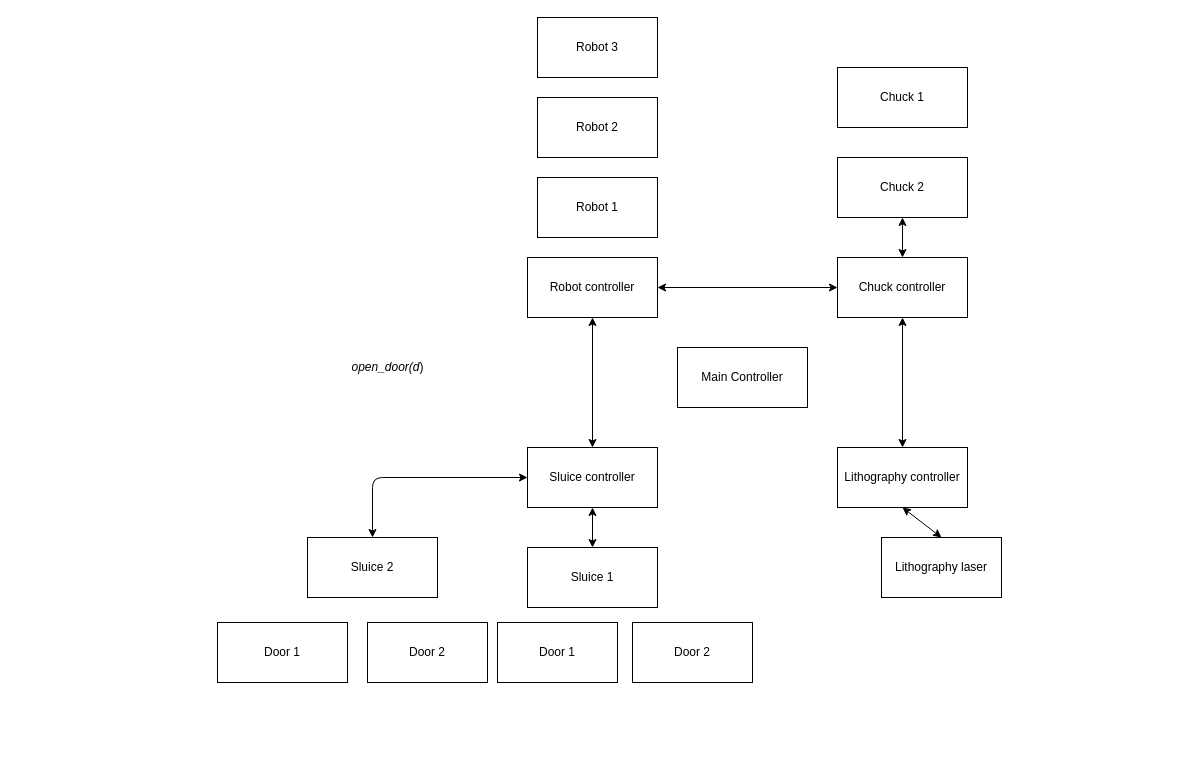
The draw.io diagram Untitled Diagram.drawio in jimvermunt/jimvermunt, before the edit. Source tidied: cells renumbered, new cells numbered last; positions are measured from the earlier drawing's top-left corner, leaving out a move shared by most shapes. Both pictures are drawn from the tidied source at 100%, with x=0, y=0 at pixel (217, 17).
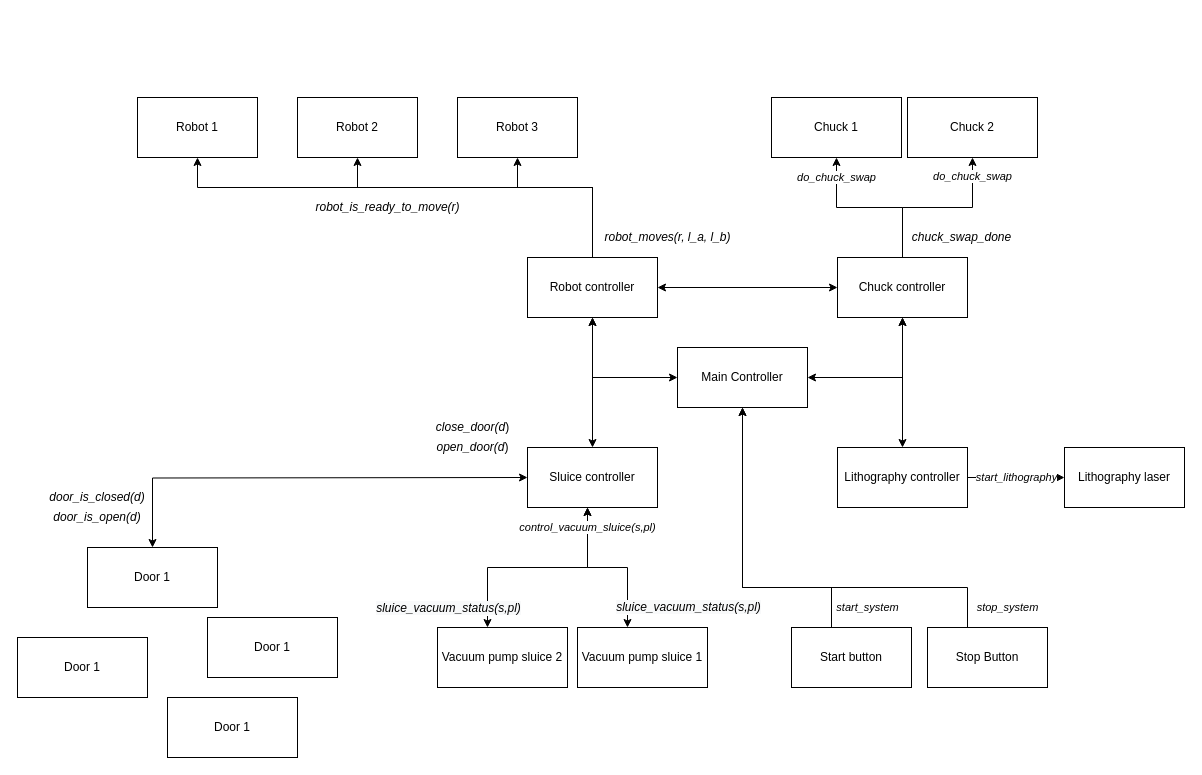
Above is the later version.

The change refers to these unchanged cells:
```xml
<mxCell id="2" value="Robot controller" style="rounded=0;whiteSpace=wrap;html=1;" parent="1" vertex="1">
  <mxGeometry x="310" y="240" width="130" height="60" as="geometry" />
</mxCell>
<mxCell id="3" value="Chuck controller" style="rounded=0;whiteSpace=wrap;html=1;" parent="1" vertex="1">
  <mxGeometry x="620" y="240" width="130" height="60" as="geometry" />
</mxCell>
<mxCell id="4" value="&lt;div&gt;Sluice controller&lt;/div&gt;" style="rounded=0;whiteSpace=wrap;html=1;" parent="1" vertex="1">
  <mxGeometry x="310" y="430" width="130" height="60" as="geometry" />
</mxCell>
<mxCell id="5" value="Lithography controller" style="rounded=0;whiteSpace=wrap;html=1;" parent="1" vertex="1">
  <mxGeometry x="620" y="430" width="130" height="60" as="geometry" />
</mxCell>
<mxCell id="26" value="Main Controller" style="rounded=0;whiteSpace=wrap;html=1;" parent="1" vertex="1">
  <mxGeometry x="460" y="330" width="130" height="60" as="geometry" />
</mxCell>
```

Change to the diagram source:
```diff
@@
+    <mxCell id="27" style="edgeStyle=orthogonalEdgeStyle;rounded=0;jettySize=auto;html=1;entryX=0.5;entryY=1;entryDx=0;entryDy=0;startArrow=none;startFill=0;" parent="1" edge="1" source="2" target="8">
+      <mxGeometry relative="1" as="geometry">
+        <Array as="points">
+          <mxPoint x="375" y="170" />
+          <mxPoint x="300" y="170" />
+        </Array>
+      </mxGeometry>
+    </mxCell>
+    <mxCell id="28" style="edgeStyle=orthogonalEdgeStyle;rounded=0;jettySize=auto;html=1;entryX=0.5;entryY=1;entryDx=0;entryDy=0;startArrow=none;startFill=0;" parent="1" edge="1" source="2" target="7">
+      <mxGeometry relative="1" as="geometry">
+        <Array as="points">
+          <mxPoint x="375" y="170" />
+          <mxPoint x="140" y="170" />
+        </Array>
+      </mxGeometry>
+    </mxCell>
+    <mxCell id="29" style="edgeStyle=orthogonalEdgeStyle;rounded=0;jettySize=auto;html=1;entryX=0.5;entryY=1;entryDx=0;entryDy=0;startArrow=none;startFill=0;" parent="1" edge="1" source="2" target="6">
+      <mxGeometry relative="1" as="geometry">
+        <Array as="points">
+          <mxPoint x="375" y="170" />
+          <mxPoint x="-20" y="170" />
+        </Array>
+      </mxGeometry>
+    </mxCell>
@@
+    <mxCell id="30" value="&lt;i&gt;do_chuck_swap&lt;/i&gt;" style="edgeStyle=orthogonalEdgeStyle;rounded=0;jettySize=auto;html=1;startArrow=none;startFill=0;" parent="1" edge="1" source="3" target="10">
+      <mxGeometry x="0.76" relative="1" as="geometry">
+        <mxPoint y="-1" as="offset" />
+      </mxGeometry>
+    </mxCell>
+    <mxCell id="31" value="&lt;i&gt;do_chuck_swap&lt;/i&gt;" style="edgeStyle=orthogonalEdgeStyle;rounded=0;jettySize=auto;html=1;entryX=0.5;entryY=1;entryDx=0;entryDy=0;startArrow=none;startFill=0;" parent="1" edge="1" source="3" target="9">
+      <mxGeometry x="0.76" relative="1" as="geometry" />
+    </mxCell>
@@
+    <mxCell id="32" value="&lt;i&gt;start_lithography&lt;/i&gt;" style="edgeStyle=orthogonalEdgeStyle;rounded=0;jettySize=auto;html=1;startArrow=none;startFill=0;" parent="1" edge="1" source="5" target="11">
+      <mxGeometry relative="1" as="geometry" />
+    </mxCell>
@@
     <mxCell id="6" value="Robot 1" style="rounded=0;whiteSpace=wrap;html=1;" parent="1" vertex="1">
-      <mxGeometry x="320" y="160" width="120" height="60" as="geometry" />
+      <mxGeometry x="-80" y="80" width="120" height="60" as="geometry" />
     </mxCell>
     <mxCell id="7" value="Robot 2" style="rounded=0;whiteSpace=wrap;html=1;" parent="1" vertex="1">
-      <mxGeometry x="320" y="80" width="120" height="60" as="geometry" />
+      <mxGeometry x="80" y="80" width="120" height="60" as="geometry" />
     </mxCell>
     <mxCell id="8" value="Robot 3" style="rounded=0;whiteSpace=wrap;html=1;" parent="1" vertex="1">
-      <mxGeometry x="320" width="120" height="60" as="geometry" />
+      <mxGeometry x="240" y="80" width="120" height="60" as="geometry" />
     </mxCell>
     <mxCell id="9" value="Chuck 1" style="rounded=0;whiteSpace=wrap;html=1;" parent="1" vertex="1">
-      <mxGeometry x="620" y="50" width="130" height="60" as="geometry" />
+      <mxGeometry x="554" y="80" width="130" height="60" as="geometry" />
     </mxCell>
     <mxCell id="10" value="&lt;div&gt;Chuck 2&lt;/div&gt;" style="rounded=0;whiteSpace=wrap;html=1;" parent="1" vertex="1">
-      <mxGeometry x="620" y="140" width="130" height="60" as="geometry" />
+      <mxGeometry x="690" y="80" width="130" height="60" as="geometry" />
     </mxCell>
     <mxCell id="11" value="Lithography laser" style="rounded=0;whiteSpace=wrap;html=1;" parent="1" vertex="1">
-      <mxGeometry x="664" y="520" width="120" height="60" as="geometry" />
+      <mxGeometry x="847" y="430" width="120" height="60" as="geometry" />
     </mxCell>
+    <mxCell id="33" style="edgeStyle=orthogonalEdgeStyle;rounded=0;jettySize=auto;html=1;entryX=0.5;entryY=0;entryDx=0;entryDy=0;startArrow=classic;startFill=1;" parent="1" edge="1" target="16">
+      <mxGeometry relative="1" as="geometry">
+        <mxPoint x="310" y="460" as="sourcePoint" />
+      </mxGeometry>
+    </mxCell>
+    <mxCell id="34" style="edgeStyle=orthogonalEdgeStyle;rounded=0;jettySize=auto;html=1;startArrow=classic;startFill=1;" parent="1" edge="1" source="12">
+      <mxGeometry relative="1" as="geometry">
+        <mxPoint x="370" y="490" as="targetPoint" />
+        <Array as="points">
+          <mxPoint x="270" y="550" />
+          <mxPoint x="370" y="550" />
+        </Array>
+      </mxGeometry>
+    </mxCell>
+    <mxCell id="35" value="&lt;i style=&quot;font-size: 12px ; font-family: &amp;#34;helvetica&amp;#34; ; background-color: rgb(248 , 249 , 250)&quot;&gt;sluice_vacuum_status(s,pl)&lt;/i&gt;" style="edgeLabel;html=1;align=center;verticalAlign=middle;" parent="34" vertex="1">
+      <mxGeometry x="-0.57" y="-5" relative="1" as="geometry">
+        <mxPoint x="-45" y="27" as="offset" />
+      </mxGeometry>
+    </mxCell>
-    <mxCell id="12" value="Sluice 2" style="rounded=0;whiteSpace=wrap;html=1;" parent="1" vertex="1">
-      <mxGeometry x="90" y="520" width="130" height="60" as="geometry" />
+    <mxCell id="12" value="Vacuum pump sluice 2" style="rounded=0;whiteSpace=wrap;html=1;" parent="1" vertex="1">
+      <mxGeometry x="220" y="610" width="130" height="60" as="geometry" />
     </mxCell>
+    <mxCell id="36" value="&lt;i&gt;control_vacuum_sluice(s,pl)&lt;/i&gt;" style="edgeStyle=orthogonalEdgeStyle;rounded=0;jettySize=auto;html=1;startArrow=classic;startFill=1;" parent="1" edge="1" source="13">
+      <mxGeometry x="0.75" relative="1" as="geometry">
+        <mxPoint x="370" y="490" as="targetPoint" />
+        <Array as="points">
+          <mxPoint x="410" y="550" />
+          <mxPoint x="370" y="550" />
+        </Array>
+      </mxGeometry>
+    </mxCell>
+    <mxCell id="37" value="&lt;i style=&quot;font-size: 12px ; background-color: rgb(248 , 249 , 250)&quot;&gt;sluice_vacuum_status(s,pl)&lt;/i&gt;" style="edgeLabel;html=1;align=center;verticalAlign=middle;" parent="36" vertex="1">
+      <mxGeometry x="-0.3" y="-2" relative="1" as="geometry">
+        <mxPoint x="58" y="35" as="offset" />
+      </mxGeometry>
+    </mxCell>
-    <mxCell id="13" value="Sluice 1" style="rounded=0;whiteSpace=wrap;html=1;" parent="1" vertex="1">
-      <mxGeometry x="310" y="530" width="130" height="60" as="geometry" />
+    <mxCell id="13" value="Vacuum pump sluice 1" style="rounded=0;whiteSpace=wrap;html=1;" parent="1" vertex="1">
+      <mxGeometry x="360" y="610" width="130" height="60" as="geometry" />
     </mxCell>
-    <mxCell id="14" value="Door 1" style="rounded=0;whiteSpace=wrap;html=1;" parent="1" vertex="1">
-      <mxGeometry x="280" y="605" width="120" height="60" as="geometry" />
-    </mxCell>
-    <mxCell id="15" value="Door 2" style="rounded=0;whiteSpace=wrap;html=1;" parent="1" vertex="1">
-      <mxGeometry x="415" y="605" width="120" height="60" as="geometry" />
-    </mxCell>
     <mxCell id="16" value="Door 1" style="rounded=0;whiteSpace=wrap;html=1;" parent="1" vertex="1">
-      <mxGeometry y="605" width="130" height="60" as="geometry" />
+      <mxGeometry x="-130" y="530" width="130" height="60" as="geometry" />
     </mxCell>
-    <mxCell id="17" value="Door 2" style="rounded=0;whiteSpace=wrap;html=1;" parent="1" vertex="1">
-      <mxGeometry x="150" y="605" width="120" height="60" as="geometry" />
-    </mxCell>
-    <mxCell id="18" style="endArrow=classic;startArrow=classic;html=1;exitX=0.5;exitY=0;exitDx=0;exitDy=0;entryX=0;entryY=0.5;entryDx=0;entryDy=0;" parent="1" edge="1" source="12" target="4">
-      <mxGeometry relative="1" as="geometry">
-        <Array as="points">
-          <mxPoint x="155" y="460" />
-        </Array>
-      </mxGeometry>
-    </mxCell>
-    <mxCell id="19" style="endArrow=classic;startArrow=classic;html=1;exitX=0.5;exitY=0;exitDx=0;exitDy=0;entryX=0.5;entryY=1;entryDx=0;entryDy=0;" parent="1" edge="1" source="13" target="4">
-      <mxGeometry relative="1" as="geometry" />
-    </mxCell>
     <mxCell id="20" value="&lt;i&gt;open_door(d&lt;/i&gt;)" style="text;html=1;align=center;verticalAlign=middle;strokeColor=none;fillColor=none;" parent="1" vertex="1">
-      <mxGeometry x="125" y="340" width="90" height="20" as="geometry" />
+      <mxGeometry x="210" y="420" width="90" height="20" as="geometry" />
     </mxCell>
-    <mxCell id="21" style="endArrow=classic;startArrow=classic;html=1;entryX=0.5;entryY=1;entryDx=0;entryDy=0;exitX=0.5;exitY=0;exitDx=0;exitDy=0;" parent="1" edge="1" source="11" target="5">
-      <mxGeometry relative="1" as="geometry" />
-    </mxCell>
-    <mxCell id="22" style="endArrow=classic;startArrow=classic;html=1;entryX=0.5;entryY=0;entryDx=0;entryDy=0;exitX=0.5;exitY=1;exitDx=0;exitDy=0;" parent="1" edge="1" source="10" target="3">
-      <mxGeometry relative="1" as="geometry" />
-    </mxCell>
@@
+    <mxCell id="38" style="edgeStyle=orthogonalEdgeStyle;rounded=0;jettySize=auto;html=1;entryX=0.5;entryY=1;entryDx=0;entryDy=0;startArrow=classic;startFill=1;" parent="1" edge="1" source="26" target="3">
+      <mxGeometry relative="1" as="geometry" />
+    </mxCell>
+    <mxCell id="39" style="edgeStyle=orthogonalEdgeStyle;rounded=0;jettySize=auto;html=1;entryX=0.5;entryY=1;entryDx=0;entryDy=0;startArrow=classic;startFill=1;" parent="1" edge="1" source="26" target="2">
+      <mxGeometry relative="1" as="geometry" />
+    </mxCell>
@@
+    <mxCell id="40" value="&lt;i&gt;door_is_open(d)&lt;/i&gt;" style="text;html=1;strokeColor=none;fillColor=none;align=center;verticalAlign=middle;whiteSpace=wrap;rounded=0;" parent="1" vertex="1">
+      <mxGeometry x="-140" y="490" width="40" height="20" as="geometry" />
+    </mxCell>
+    <mxCell id="41" value="start_system" style="edgeStyle=orthogonalEdgeStyle;rounded=0;jettySize=auto;html=1;entryX=0.5;entryY=1;entryDx=0;entryDy=0;startArrow=none;startFill=0;fontStyle=2;" parent="1" edge="1" source="42" target="26">
+      <mxGeometry x="-0.87" y="-36" relative="1" as="geometry">
+        <Array as="points">
+          <mxPoint x="614" y="570" />
+          <mxPoint x="525" y="570" />
+        </Array>
+      </mxGeometry>
+    </mxCell>
+    <mxCell id="42" value="Start button" style="rounded=0;whiteSpace=wrap;html=1;" parent="1" vertex="1">
+      <mxGeometry x="574" y="610" width="120" height="60" as="geometry" />
+    </mxCell>
+    <mxCell id="43" value="&lt;i&gt;stop_system&lt;/i&gt;" style="edgeStyle=orthogonalEdgeStyle;rounded=0;jettySize=auto;html=1;entryX=0.5;entryY=1;entryDx=0;entryDy=0;startArrow=none;startFill=0;" parent="1" edge="1" source="44" target="26">
+      <mxGeometry x="-0.91" y="-40" relative="1" as="geometry">
+        <Array as="points">
+          <mxPoint x="750" y="570" />
+          <mxPoint x="525" y="570" />
+        </Array>
+      </mxGeometry>
+    </mxCell>
+    <mxCell id="44" value="Stop Button" style="rounded=0;whiteSpace=wrap;html=1;" parent="1" vertex="1">
+      <mxGeometry x="710" y="610" width="120" height="60" as="geometry" />
+    </mxCell>
+    <mxCell id="45" value="&lt;i&gt;close_door(d&lt;/i&gt;)" style="text;html=1;align=center;verticalAlign=middle;strokeColor=none;fillColor=none;" parent="1" vertex="1">
+      <mxGeometry x="210" y="400" width="90" height="20" as="geometry" />
+    </mxCell>
+    <mxCell id="46" value="&lt;i&gt;door_is_closed(d)&lt;/i&gt;" style="text;html=1;strokeColor=none;fillColor=none;align=center;verticalAlign=middle;whiteSpace=wrap;rounded=0;" parent="1" vertex="1">
+      <mxGeometry x="-140" y="470" width="40" height="20" as="geometry" />
+    </mxCell>
+    <mxCell id="47" value="&lt;i&gt;robot_moves(r, l_a, l_b)&lt;/i&gt;" style="text;html=1;align=center;verticalAlign=middle;strokeColor=none;fillColor=none;" parent="1" vertex="1">
+      <mxGeometry x="380" y="210" width="140" height="20" as="geometry" />
+    </mxCell>
+    <mxCell id="48" value="&lt;i&gt;robot_is_ready_to_move(r)&lt;/i&gt;" style="text;html=1;align=center;verticalAlign=middle;strokeColor=none;fillColor=none;" parent="1" vertex="1">
+      <mxGeometry x="90" y="180" width="160" height="20" as="geometry" />
+    </mxCell>
+    <mxCell id="49" value="&lt;i&gt;chuck_swap_done&lt;/i&gt;" style="text;html=1;align=center;verticalAlign=middle;strokeColor=none;fillColor=none;" parent="1" vertex="1">
+      <mxGeometry x="684" y="210" width="120" height="20" as="geometry" />
+    </mxCell>
+    <mxCell id="50" value="Door 1" style="rounded=0;whiteSpace=wrap;html=1;" parent="1" vertex="1">
+      <mxGeometry x="-10" y="600" width="130" height="60" as="geometry" />
+    </mxCell>
+    <mxCell id="51" value="Door 1" style="rounded=0;whiteSpace=wrap;html=1;" parent="1" vertex="1">
+      <mxGeometry x="-200" y="620" width="130" height="60" as="geometry" />
+    </mxCell>
+    <mxCell id="52" value="Door 1" style="rounded=0;whiteSpace=wrap;html=1;" parent="1" vertex="1">
+      <mxGeometry x="-50" y="680" width="130" height="60" as="geometry" />
+    </mxCell>
```
